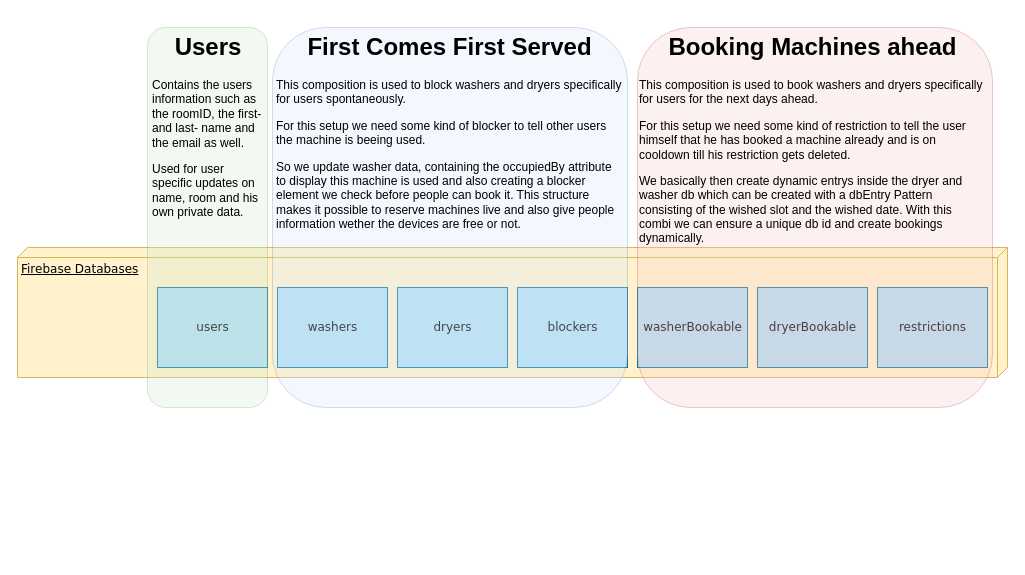
Earlier version of the draw.io diagram UML Diagramme/DBModell.drawio (PriXss/UMLDiagramme). Source tidied: cells renumbered, new cells numbered last; positions are measured from the earlier drawing's top-left corner, leaving out a move shared by most shapes. Both pictures are drawn from the tidied source at 100%, with x=0, y=0 at pixel (17, 27).
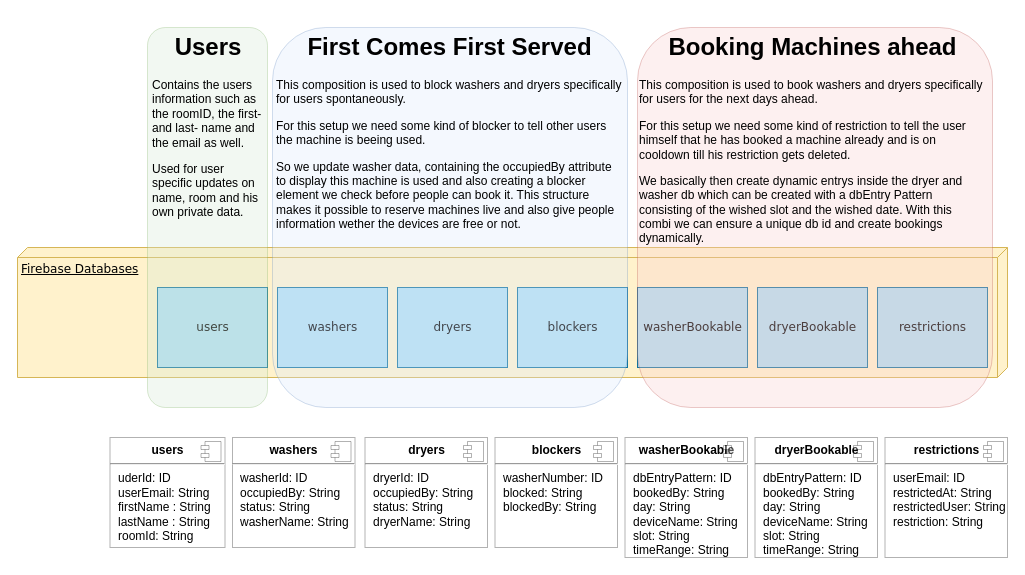
After the change.

The edit, as a diff of the source:
```diff
@@
+    <mxCell id="16" value="&lt;p style=&quot;margin:0px;margin-top:6px;text-align:center;&quot;&gt;&lt;b&gt;users&lt;/b&gt;&lt;/p&gt;&lt;hr&gt;&lt;p style=&quot;margin:0px;margin-left:8px;&quot;&gt;uderId: ID&lt;/p&gt;&lt;p style=&quot;margin:0px;margin-left:8px;&quot;&gt;userEmail: String&lt;br&gt;firstName : String&lt;/p&gt;&lt;p style=&quot;margin:0px;margin-left:8px;&quot;&gt;lastName : String&lt;br&gt;&lt;/p&gt;&lt;p style=&quot;margin:0px;margin-left:8px;&quot;&gt;roomId: String&lt;br&gt;&lt;/p&gt;&lt;p style=&quot;margin:0px;margin-left:8px;&quot;&gt;&lt;br&gt;&lt;/p&gt;" style="align=left;overflow=fill;html=1;opacity=30;" parent="1" vertex="1">
+      <mxGeometry x="92.5" y="410" width="115" height="110" as="geometry" />
+    </mxCell>
+    <mxCell id="17" style="shape=component;jettyWidth=8;jettyHeight=4;opacity=30;" parent="16" vertex="1">
+      <mxGeometry x="1" width="20" height="20" relative="1" as="geometry">
+        <mxPoint x="-24" y="4" as="offset" />
+      </mxGeometry>
+    </mxCell>
+    <mxCell id="18" value="&lt;p style=&quot;margin:0px;margin-top:6px;text-align:center;&quot;&gt;&lt;b&gt;washers&lt;/b&gt;&lt;/p&gt;&lt;hr&gt;&lt;p style=&quot;margin:0px;margin-left:8px;&quot;&gt;washerId: ID&lt;br&gt;occupiedBy: String&lt;/p&gt;&lt;p style=&quot;margin:0px;margin-left:8px;&quot;&gt;status: String&lt;br&gt;&lt;/p&gt;&lt;p style=&quot;margin:0px;margin-left:8px;&quot;&gt;washerName: String&lt;/p&gt;" style="align=left;overflow=fill;html=1;opacity=30;" parent="1" vertex="1">
+      <mxGeometry x="215" y="410" width="122.5" height="110" as="geometry" />
+    </mxCell>
+    <mxCell id="19" style="shape=component;jettyWidth=8;jettyHeight=4;opacity=30;" parent="18" vertex="1">
+      <mxGeometry x="1" width="20" height="20" relative="1" as="geometry">
+        <mxPoint x="-24" y="4" as="offset" />
+      </mxGeometry>
+    </mxCell>
+    <mxCell id="20" value="&lt;p style=&quot;margin:0px;margin-top:6px;text-align:center;&quot;&gt;&lt;b&gt;dryers&lt;/b&gt;&lt;/p&gt;&lt;hr&gt;&lt;p style=&quot;margin:0px;margin-left:8px;&quot;&gt;dryerId: ID&lt;br&gt;occupiedBy: String&lt;/p&gt;&lt;p style=&quot;margin:0px;margin-left:8px;&quot;&gt;status: String&lt;br&gt;&lt;/p&gt;&lt;p style=&quot;margin:0px;margin-left:8px;&quot;&gt;dryerName: String&lt;/p&gt;" style="align=left;overflow=fill;html=1;opacity=30;" parent="1" vertex="1">
+      <mxGeometry x="347.5" y="410" width="122.5" height="110" as="geometry" />
+    </mxCell>
+    <mxCell id="21" style="shape=component;jettyWidth=8;jettyHeight=4;opacity=30;" parent="20" vertex="1">
+      <mxGeometry x="1" width="20" height="20" relative="1" as="geometry">
+        <mxPoint x="-24" y="4" as="offset" />
+      </mxGeometry>
+    </mxCell>
+    <mxCell id="22" value="&lt;p style=&quot;margin:0px;margin-top:6px;text-align:center;&quot;&gt;&lt;b&gt;blockers&lt;/b&gt;&lt;/p&gt;&lt;hr&gt;&lt;p style=&quot;margin:0px;margin-left:8px;&quot;&gt;washerNumber: ID&lt;br&gt;blocked: String&lt;/p&gt;&lt;p style=&quot;margin:0px;margin-left:8px;&quot;&gt;blockedBy: String&lt;br&gt;&lt;/p&gt;&lt;p style=&quot;margin:0px;margin-left:8px;&quot;&gt;&lt;br&gt;&lt;/p&gt;" style="align=left;overflow=fill;html=1;opacity=30;" parent="1" vertex="1">
+      <mxGeometry x="477.5" y="410" width="122.5" height="110" as="geometry" />
+    </mxCell>
+    <mxCell id="23" style="shape=component;jettyWidth=8;jettyHeight=4;opacity=30;" parent="22" vertex="1">
+      <mxGeometry x="1" width="20" height="20" relative="1" as="geometry">
+        <mxPoint x="-24" y="4" as="offset" />
+      </mxGeometry>
+    </mxCell>
+    <mxCell id="24" value="&lt;p style=&quot;margin:0px;margin-top:6px;text-align:center;&quot;&gt;&lt;b&gt;washerBookable&lt;/b&gt;&lt;/p&gt;&lt;hr&gt;&lt;p style=&quot;margin:0px;margin-left:8px;&quot;&gt;dbEntryPattern: ID&lt;br&gt;bookedBy: String&lt;/p&gt;&lt;p style=&quot;margin:0px;margin-left:8px;&quot;&gt;day: String&lt;br&gt;&lt;/p&gt;&lt;p style=&quot;margin:0px;margin-left:8px;&quot;&gt;deviceName: String&lt;/p&gt;&lt;p style=&quot;border-color: var(--border-color); margin: 0px 0px 0px 8px;&quot;&gt;slot: String&lt;/p&gt;&lt;p style=&quot;border-color: var(--border-color); margin: 0px 0px 0px 8px;&quot;&gt;timeRange: String&lt;/p&gt;&lt;p style=&quot;border-color: var(--border-color); margin: 0px 0px 0px 8px;&quot;&gt;&lt;br style=&quot;border-color: var(--border-color);&quot;&gt;&lt;/p&gt;&lt;p style=&quot;border-color: var(--border-color); margin: 0px 0px 0px 8px;&quot;&gt;&lt;br style=&quot;border-color: var(--border-color);&quot;&gt;&lt;/p&gt;&lt;p style=&quot;margin:0px;margin-left:8px;&quot;&gt;&lt;br&gt;&lt;/p&gt;" style="align=left;overflow=fill;html=1;opacity=30;" parent="1" vertex="1">
+      <mxGeometry x="607.5" y="410" width="122.5" height="120" as="geometry" />
+    </mxCell>
+    <mxCell id="25" style="shape=component;jettyWidth=8;jettyHeight=4;opacity=30;" parent="24" vertex="1">
+      <mxGeometry x="1" width="20" height="20" relative="1" as="geometry">
+        <mxPoint x="-24" y="4" as="offset" />
+      </mxGeometry>
+    </mxCell>
+    <mxCell id="26" value="&lt;p style=&quot;margin:0px;margin-top:6px;text-align:center;&quot;&gt;&lt;b&gt;dryerBookable&lt;/b&gt;&lt;/p&gt;&lt;hr&gt;&lt;p style=&quot;margin:0px;margin-left:8px;&quot;&gt;dbEntryPattern: ID&lt;br&gt;bookedBy: String&lt;/p&gt;&lt;p style=&quot;margin:0px;margin-left:8px;&quot;&gt;day: String&lt;br&gt;&lt;/p&gt;&lt;p style=&quot;margin:0px;margin-left:8px;&quot;&gt;deviceName: String&lt;/p&gt;&lt;p style=&quot;border-color: var(--border-color); margin: 0px 0px 0px 8px;&quot;&gt;slot: String&lt;/p&gt;&lt;p style=&quot;border-color: var(--border-color); margin: 0px 0px 0px 8px;&quot;&gt;timeRange: String&lt;/p&gt;&lt;p style=&quot;border-color: var(--border-color); margin: 0px 0px 0px 8px;&quot;&gt;&lt;br style=&quot;border-color: var(--border-color);&quot;&gt;&lt;/p&gt;&lt;p style=&quot;border-color: var(--border-color); margin: 0px 0px 0px 8px;&quot;&gt;&lt;br style=&quot;border-color: var(--border-color);&quot;&gt;&lt;/p&gt;&lt;p style=&quot;margin:0px;margin-left:8px;&quot;&gt;&lt;br&gt;&lt;/p&gt;" style="align=left;overflow=fill;html=1;opacity=30;" parent="1" vertex="1">
+      <mxGeometry x="737.5" y="410" width="122.5" height="120" as="geometry" />
+    </mxCell>
+    <mxCell id="27" style="shape=component;jettyWidth=8;jettyHeight=4;opacity=30;" parent="26" vertex="1">
+      <mxGeometry x="1" width="20" height="20" relative="1" as="geometry">
+        <mxPoint x="-24" y="4" as="offset" />
+      </mxGeometry>
+    </mxCell>
+    <mxCell id="28" value="&lt;p style=&quot;margin:0px;margin-top:6px;text-align:center;&quot;&gt;&lt;b&gt;restrictions&lt;/b&gt;&lt;/p&gt;&lt;hr&gt;&lt;p style=&quot;margin:0px;margin-left:8px;&quot;&gt;userEmail: ID&lt;br&gt;restrictedAt: String&lt;/p&gt;&lt;p style=&quot;margin:0px;margin-left:8px;&quot;&gt;restrictedUser: String&lt;br&gt;&lt;/p&gt;&lt;p style=&quot;margin:0px;margin-left:8px;&quot;&gt;restriction: String&lt;/p&gt;&lt;p style=&quot;border-color: var(--border-color); margin: 0px 0px 0px 8px;&quot;&gt;&lt;br&gt;&lt;/p&gt;&lt;p style=&quot;border-color: var(--border-color); margin: 0px 0px 0px 8px;&quot;&gt;&lt;br style=&quot;border-color: var(--border-color);&quot;&gt;&lt;/p&gt;&lt;p style=&quot;margin:0px;margin-left:8px;&quot;&gt;&lt;br&gt;&lt;/p&gt;" style="align=left;overflow=fill;html=1;opacity=30;" parent="1" vertex="1">
+      <mxGeometry x="867.5" y="410" width="122.5" height="120" as="geometry" />
+    </mxCell>
+    <mxCell id="29" style="shape=component;jettyWidth=8;jettyHeight=4;opacity=30;" parent="28" vertex="1">
+      <mxGeometry x="1" width="20" height="20" relative="1" as="geometry">
+        <mxPoint x="-24" y="4" as="offset" />
+      </mxGeometry>
+    </mxCell>
```
